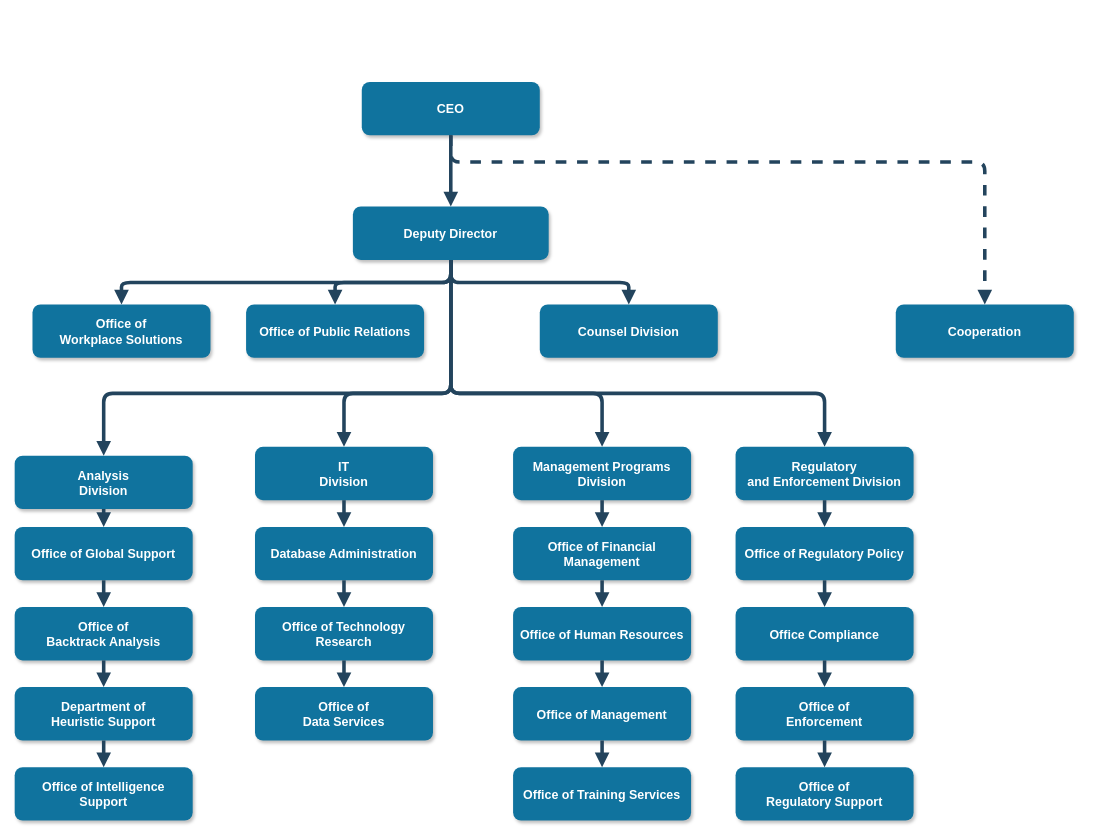
This is 제목 없는 다이어그램.drawio from sam-from-korea/django_lec, a draw.io file, before an edit. Source tidied: cells renumbered, new cells numbered last; positions are measured from the earlier drawing's top-left corner, leaving out a move shared by most shapes. Both pictures are drawn from the tidied source at 89%, with x=0, y=0 at pixel (14, 82).
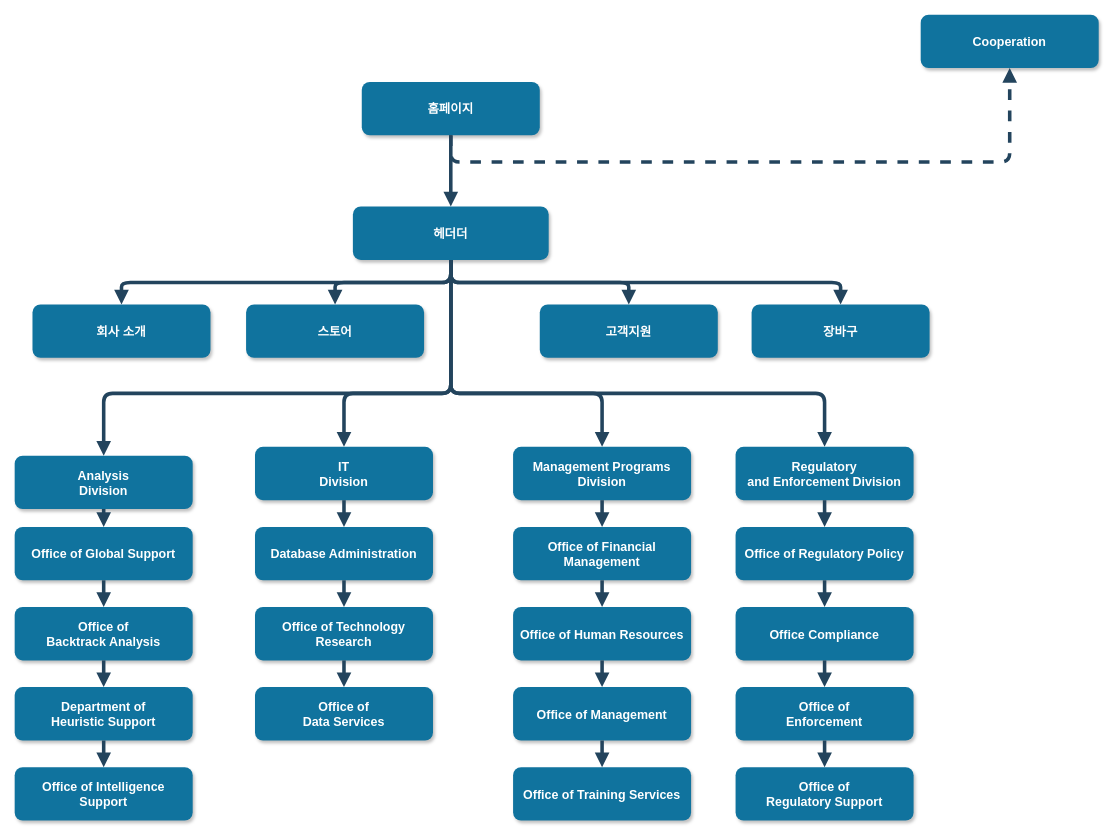
Above is the later version.

Commit message (it also covers changes not shown here):
제목 없는 다이어그램.drawio 업데이트

What changed in the source:
```diff
@@
-    <mxCell id="2" value="CEO" style="rounded=1;fillColor=#10739E;strokeColor=none;shadow=1;gradientColor=none;fontStyle=1;fontColor=#FFFFFF;fontSize=14;" parent="1" vertex="1">
+    <mxCell id="2" value="홈페이지" style="rounded=1;fillColor=#10739E;strokeColor=none;shadow=1;gradientColor=none;fontStyle=1;fontColor=#FFFFFF;fontSize=14;" parent="1" vertex="1">
       <mxGeometry x="390" y="-0.5" width="200" height="60" as="geometry" />
     </mxCell>
-    <mxCell id="3" value="Deputy Director" style="rounded=1;fillColor=#10739E;strokeColor=none;shadow=1;gradientColor=none;fontStyle=1;fontColor=#FFFFFF;fontSize=14;" parent="1" vertex="1">
+    <mxCell id="3" value="헤더더" style="rounded=1;fillColor=#10739E;strokeColor=none;shadow=1;gradientColor=none;fontStyle=1;fontColor=#FFFFFF;fontSize=14;" parent="1" vertex="1">
       <mxGeometry x="380" y="139.5" width="220" height="60" as="geometry" />
     </mxCell>
-    <mxCell id="4" value="Office of &#10;Workplace Solutions" style="rounded=1;fillColor=#10739E;strokeColor=none;shadow=1;gradientColor=none;fontStyle=1;fontColor=#FFFFFF;fontSize=14;" parent="1" vertex="1">
+    <mxCell id="4" value="회사 소개" style="rounded=1;fillColor=#10739E;strokeColor=none;shadow=1;gradientColor=none;fontStyle=1;fontColor=#FFFFFF;fontSize=14;" parent="1" vertex="1">
       <mxGeometry x="20" y="249.5" width="200" height="60" as="geometry" />
     </mxCell>
-    <mxCell id="5" value="Office of Public Relations" style="rounded=1;fillColor=#10739E;strokeColor=none;shadow=1;gradientColor=none;fontStyle=1;fontColor=#FFFFFF;fontSize=14;" parent="1" vertex="1">
+    <mxCell id="5" value="스토어" style="rounded=1;fillColor=#10739E;strokeColor=none;shadow=1;gradientColor=none;fontStyle=1;fontColor=#FFFFFF;fontSize=14;" parent="1" vertex="1">
       <mxGeometry x="260" y="249.5" width="200" height="60" as="geometry" />
     </mxCell>
-    <mxCell id="6" value="Counsel Division" style="rounded=1;fillColor=#10739E;strokeColor=none;shadow=1;gradientColor=none;fontStyle=1;fontColor=#FFFFFF;fontSize=14;" parent="1" vertex="1">
+    <mxCell id="6" value="고객지원" style="rounded=1;fillColor=#10739E;strokeColor=none;shadow=1;gradientColor=none;fontStyle=1;fontColor=#FFFFFF;fontSize=14;" parent="1" vertex="1">
       <mxGeometry x="590" y="249.5" width="200" height="60" as="geometry" />
     </mxCell>
     <mxCell id="7" value="Cooperation" style="rounded=1;fillColor=#10739E;strokeColor=none;shadow=1;gradientColor=none;fontStyle=1;fontColor=#FFFFFF;fontSize=14;" parent="1" vertex="1">
-      <mxGeometry x="990" y="249.5" width="200" height="60" as="geometry" />
+      <mxGeometry x="1018" y="-76" width="200" height="60" as="geometry" />
     </mxCell>
@@
+    <mxCell id="51" value="장바구" style="rounded=1;fillColor=#10739E;strokeColor=none;shadow=1;gradientColor=none;fontStyle=1;fontColor=#FFFFFF;fontSize=14;" parent="1" vertex="1">
+      <mxGeometry x="828" y="249.5" width="200" height="60" as="geometry" />
+    </mxCell>
+    <mxCell id="52" style="edgeStyle=elbowEdgeStyle;elbow=vertical;strokeWidth=4;endArrow=block;endFill=1;fontStyle=1;strokeColor=#23445D;exitX=0.5;exitY=1;exitDx=0;exitDy=0;entryX=0.5;entryY=0;entryDx=0;entryDy=0;" parent="1" edge="1" source="3" target="51">
+      <mxGeometry x="22" y="165.5" as="geometry" />
+    </mxCell>
```
